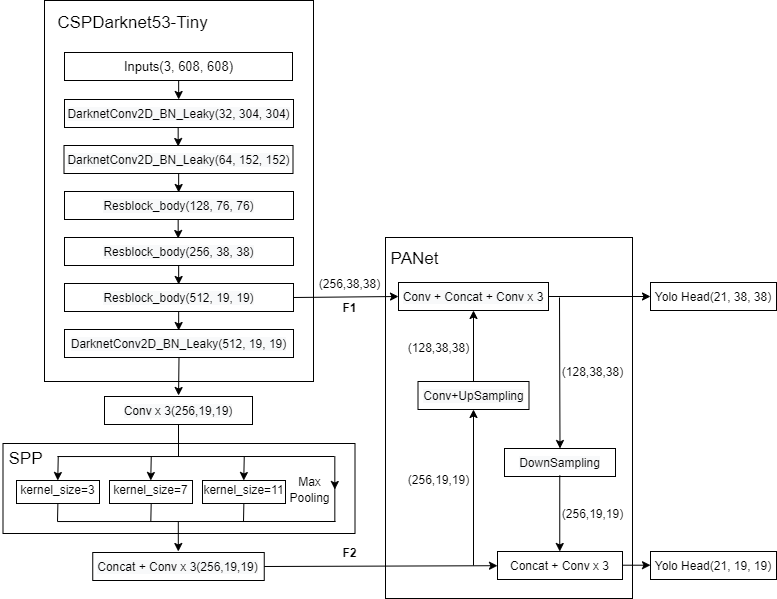
The draw.io diagram YOLO-TINY-CHANGE.png in zjie134/blog_pic, before a commit. Source tidied: cells renumbered, new cells last; positions are measured from the earlier drawing's top-left corner, leaving out a move shared by most shapes.
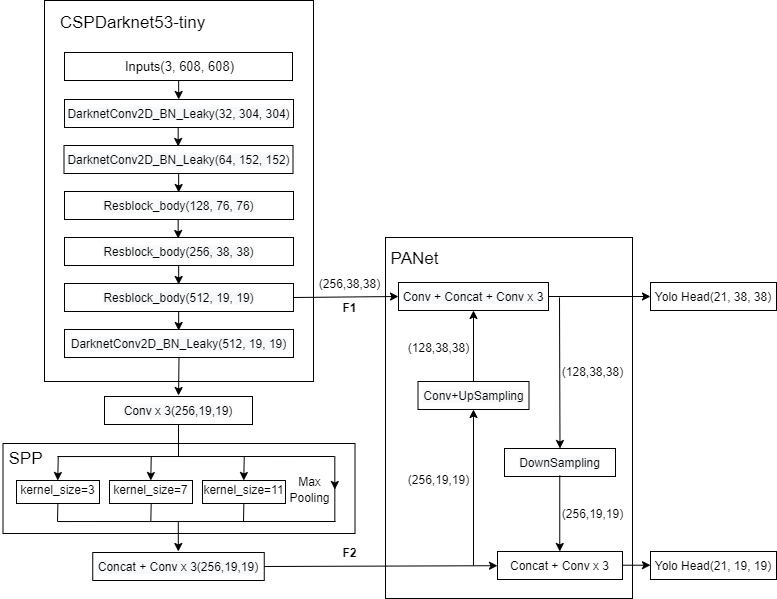
Above is the later version.

What changed in the source:
```diff
@@ -8,8 +8,8 @@
     <mxCell id="3" style="rounded=0;whiteSpace=wrap;html=1;" parent="1" vertex="1">
       <mxGeometry x="44" width="269" height="381" as="geometry" />
     </mxCell>
-    <mxCell id="4" value="&lt;font style=&quot;font-size: 17px&quot;&gt;CSPDarknet53-Tiny&lt;/font&gt;" style="text;html=1;align=center;verticalAlign=middle;rounded=0;strokeWidth=5;perimeterSpacing=6;fontStyle=0;fontSize=16;" parent="1" vertex="1">
-      <mxGeometry x="47" y="7" width="170" height="30" as="geometry" />
+    <mxCell id="4" value="&lt;font style=&quot;font-size: 17px&quot;&gt;CSPDarknet53-tiny&lt;/font&gt;" style="text;html=1;align=center;verticalAlign=middle;rounded=0;strokeWidth=5;perimeterSpacing=6;fontStyle=0;fontSize=16;" parent="1" vertex="1">
+      <mxGeometry x="52" y="12" width="160" height="20" as="geometry" />
     </mxCell>
     <mxCell id="5" style="rounded=0;whiteSpace=wrap;html=1;strokeWidth=1;fontSize=16;" parent="1" vertex="1">
       <mxGeometry x="64" y="52" width="228" height="28" as="geometry" />
```
